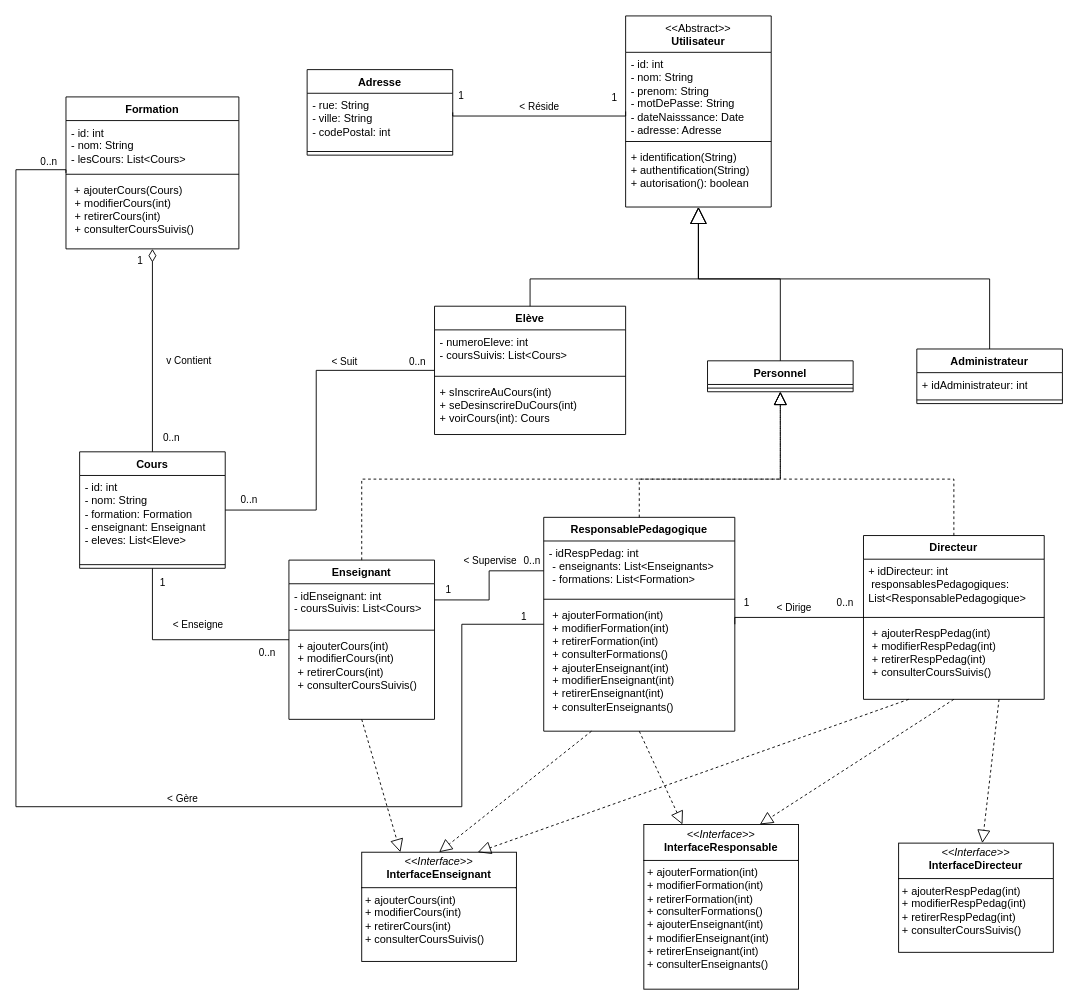
This is DiagrammeClasse.drawio from severinehmfms/UML_Ecole, a draw.io file, before an edit. Source tidied: cells renumbered, new cells numbered last; positions are measured from the earlier drawing's top-left corner, leaving out a move shared by most shapes. Both pictures are drawn from the tidied source at 91%, with x=0, y=0 at pixel (15, 15).
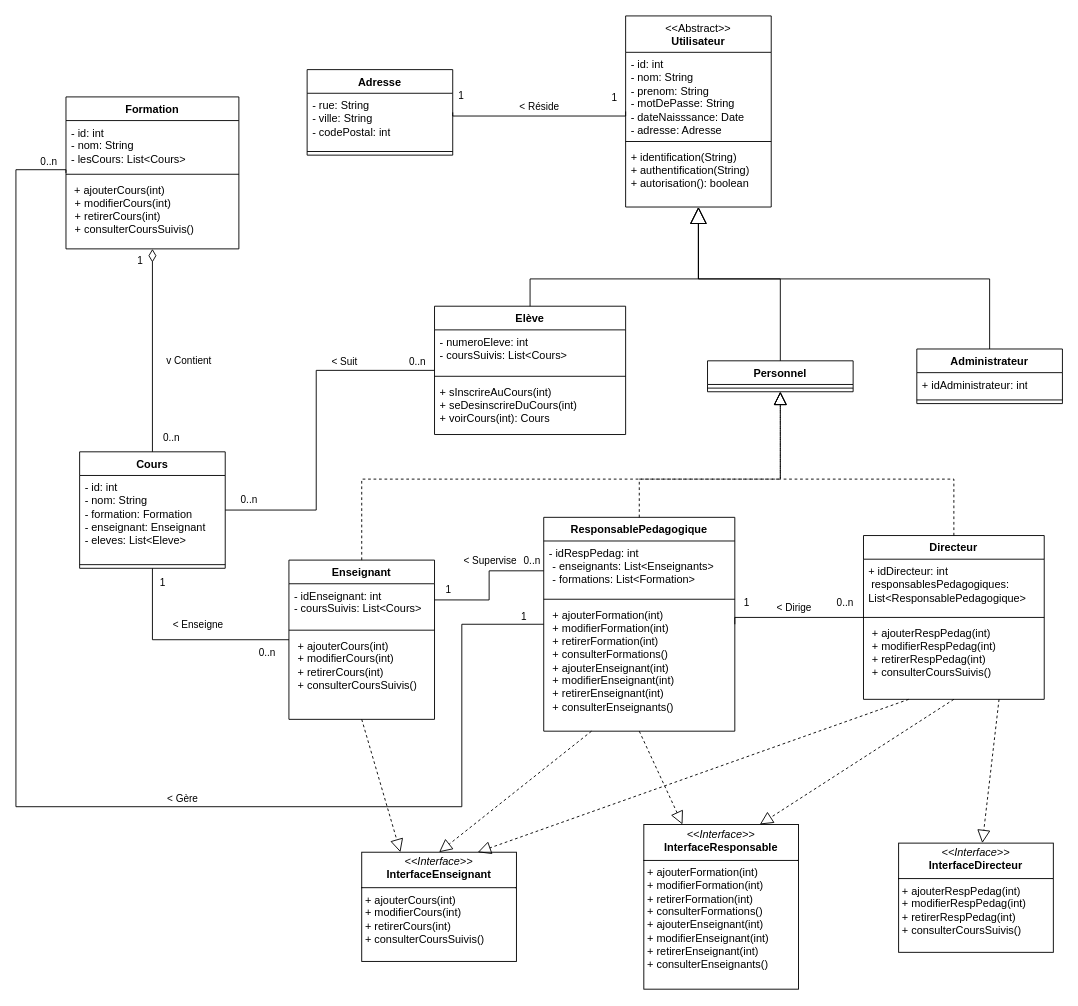
The same diagram, later.

Unchanged cells that the change refers to:
```xml
<mxCell id="51" value="Formation" style="swimlane;fontStyle=1;align=center;verticalAlign=top;horizontal=1;startSize=26;whiteSpace=wrap;html=1;" parent="1" vertex="1">
  <mxGeometry x="55" y="89" width="190" height="167" as="geometry" />
</mxCell>
```

Diff of the diagram source:
```diff
@@
-    <mxCell id="54" value="&lt;div&gt;&lt;div&gt;&lt;span style=&quot;background-color: transparent; color: light-dark(rgb(0, 0, 0), rgb(255, 255, 255));&quot;&gt;&amp;nbsp;+ ajouterCours(Cours)&lt;/span&gt;&lt;/div&gt;&lt;/div&gt;&lt;div&gt;&lt;p style=&quot;margin: 0px 0px 0px 4px;&quot;&gt;+ modifierCours(int)&lt;/p&gt;&lt;p style=&quot;margin: 0px 0px 0px 4px;&quot;&gt;+ retirerCours(int)&lt;/p&gt;&lt;p style=&quot;margin: 0px 0px 0px 4px;&quot;&gt;+ consulterCoursSuivis()&lt;/p&gt;&lt;/div&gt;" style="text;strokeColor=none;fillColor=none;align=left;verticalAlign=top;spacingLeft=4;spacingRight=4;overflow=hidden;whiteSpace=wrap;html=1;" parent="51" vertex="1">
+    <mxCell id="54" value="&lt;div&gt;&lt;div&gt;&lt;span style=&quot;background-color: transparent; color: light-dark(rgb(0, 0, 0), rgb(255, 255, 255));&quot;&gt;&amp;nbsp;+ ajouterCours(int)&lt;/span&gt;&lt;/div&gt;&lt;/div&gt;&lt;div&gt;&lt;p style=&quot;margin: 0px 0px 0px 4px;&quot;&gt;+ modifierCours(int)&lt;/p&gt;&lt;p style=&quot;margin: 0px 0px 0px 4px;&quot;&gt;+ retirerCours(int)&lt;/p&gt;&lt;p style=&quot;margin: 0px 0px 0px 4px;&quot;&gt;+ consulterCoursSuivis()&lt;/p&gt;&lt;/div&gt;" style="text;strokeColor=none;fillColor=none;align=left;verticalAlign=top;spacingLeft=4;spacingRight=4;overflow=hidden;whiteSpace=wrap;html=1;" parent="51" vertex="1">
       <mxGeometry y="89" width="190" height="78" as="geometry" />
     </mxCell>
```
